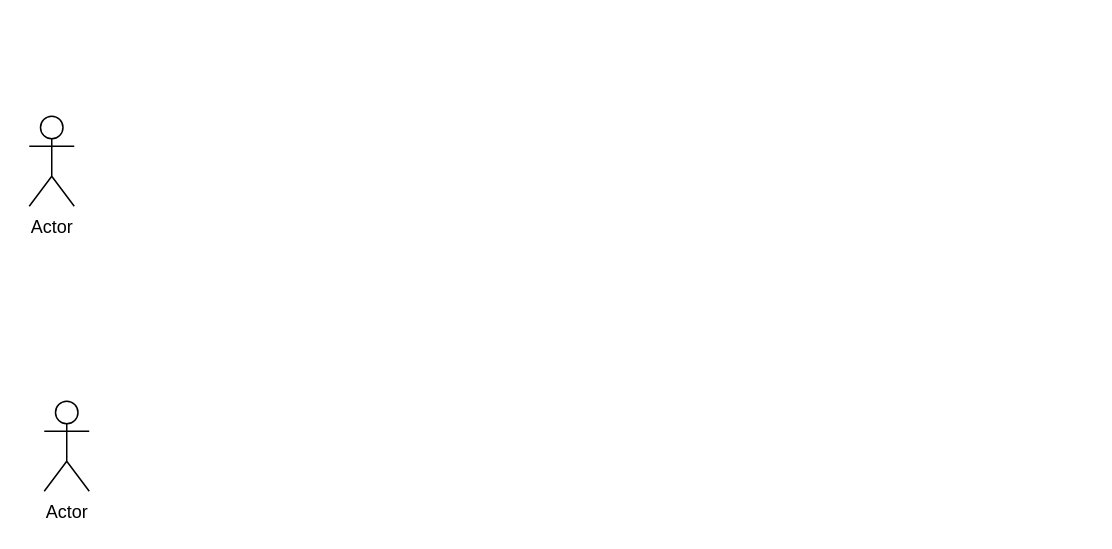
Above: Diagrama sin título.drawio in jeanlol0123/Ventas.facil (draw.io), before the change. Source tidied: cells renumbered, new cells numbered last; positions are measured from the earlier drawing's top-left corner, leaving out a move shared by most shapes. Both pictures are drawn from the tidied source at 150%, with x=0, y=0 at pixel (28, 116).
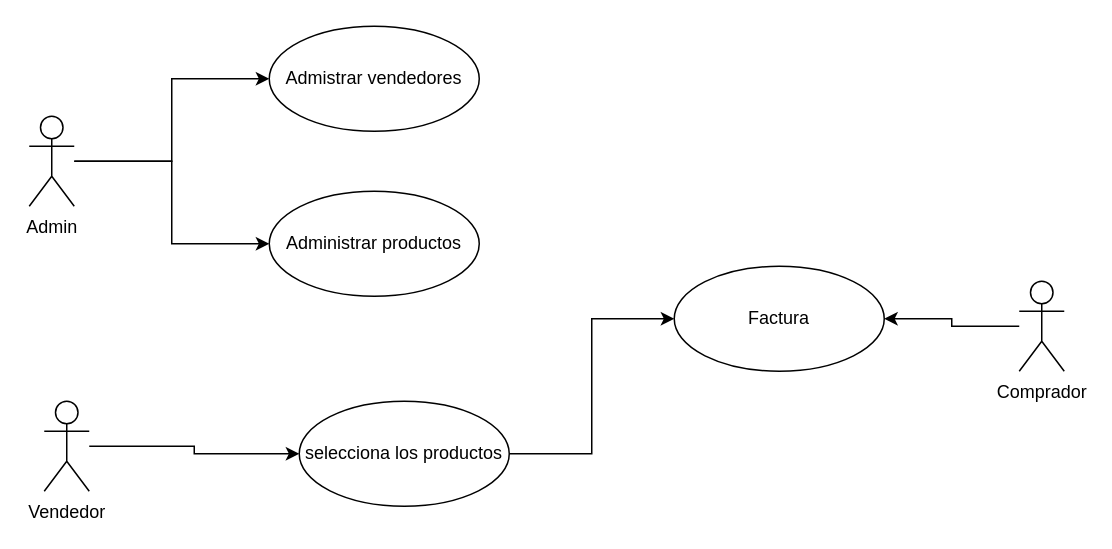
The same page after the edit.

The edit, as a diff of the source:
```diff
@@
 <mxGraphModel>
   <root>
     <mxCell id="0" />
     <mxCell id="1" parent="0" />
+    <mxCell id="4" style="edgeStyle=orthogonalEdgeStyle;rounded=0;jettySize=auto;html=1;" parent="1" edge="1" source="2" target="13">
+      <mxGeometry relative="1" as="geometry" />
+    </mxCell>
-    <mxCell id="2" value="Actor" style="shape=umlActor;verticalLabelPosition=bottom;verticalAlign=top;html=1;" parent="1" vertex="1">
+    <mxCell id="2" value="Vendedor" style="shape=umlActor;verticalLabelPosition=bottom;verticalAlign=top;html=1;" parent="1" vertex="1">
       <mxGeometry x="10" y="190" width="30" height="60" as="geometry" />
     </mxCell>
+    <mxCell id="5" style="edgeStyle=orthogonalEdgeStyle;rounded=0;jettySize=auto;html=1;" parent="1" edge="1" source="3" target="10">
+      <mxGeometry relative="1" as="geometry" />
+    </mxCell>
+    <mxCell id="6" style="edgeStyle=orthogonalEdgeStyle;rounded=0;jettySize=auto;html=1;entryX=0;entryY=0.5;entryDx=0;entryDy=0;" parent="1" edge="1" source="3" target="11">
+      <mxGeometry relative="1" as="geometry" />
+    </mxCell>
-    <mxCell id="3" value="Actor" style="shape=umlActor;verticalLabelPosition=bottom;verticalAlign=top;html=1;" parent="1" vertex="1">
+    <mxCell id="3" value="Admin" style="shape=umlActor;verticalLabelPosition=bottom;verticalAlign=top;html=1;" parent="1" vertex="1">
       <mxGeometry width="30" height="60" as="geometry" />
     </mxCell>
+    <mxCell id="7" style="edgeStyle=orthogonalEdgeStyle;rounded=0;jettySize=auto;html=1;" parent="1" edge="1" source="8" target="9">
+      <mxGeometry relative="1" as="geometry" />
+    </mxCell>
+    <mxCell id="8" value="Comprador" style="shape=umlActor;verticalLabelPosition=bottom;verticalAlign=top;html=1;" parent="1" vertex="1">
+      <mxGeometry x="660" y="110" width="30" height="60" as="geometry" />
+    </mxCell>
+    <mxCell id="9" value="Factura" style="ellipse;whiteSpace=wrap;html=1;" parent="1" vertex="1">
+      <mxGeometry x="430" y="100" width="140" height="70" as="geometry" />
+    </mxCell>
+    <mxCell id="10" value="Admistrar vendedores" style="ellipse;whiteSpace=wrap;html=1;" parent="1" vertex="1">
+      <mxGeometry x="160" y="-60" width="140" height="70" as="geometry" />
+    </mxCell>
+    <mxCell id="11" value="Administrar productos" style="ellipse;whiteSpace=wrap;html=1;" parent="1" vertex="1">
+      <mxGeometry x="160" y="50" width="140" height="70" as="geometry" />
+    </mxCell>
+    <mxCell id="12" style="edgeStyle=orthogonalEdgeStyle;rounded=0;jettySize=auto;html=1;entryX=0;entryY=0.5;entryDx=0;entryDy=0;" parent="1" edge="1" source="13" target="9">
+      <mxGeometry relative="1" as="geometry" />
+    </mxCell>
+    <mxCell id="13" value="selecciona los productos" style="ellipse;whiteSpace=wrap;html=1;" parent="1" vertex="1">
+      <mxGeometry x="180" y="190" width="140" height="70" as="geometry" />
+    </mxCell>
   </root>
 </mxGraphModel>
```
